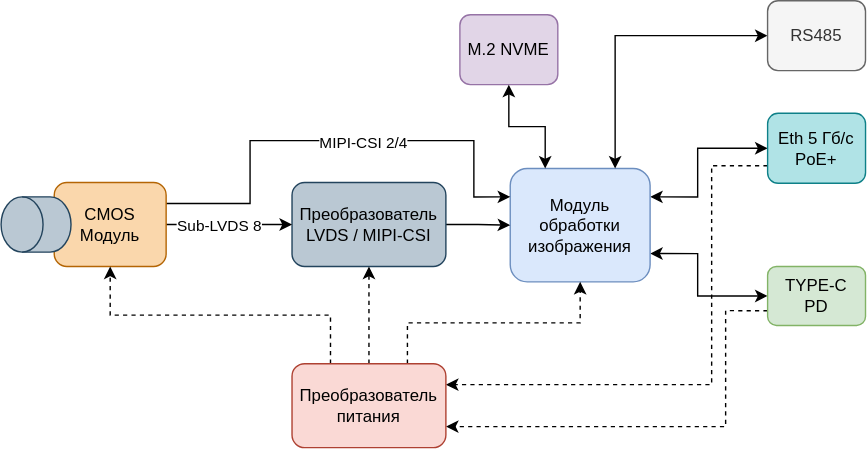
The draw.io diagram docs/hardware/start88_smart-camera_fbd.drawio.svg in sdyspb/reimagined-rk3588, before a commit. Source tidied: cells renumbered, new cells last; positions are measured from the earlier drawing's top-left corner, leaving out a move shared by most shapes.
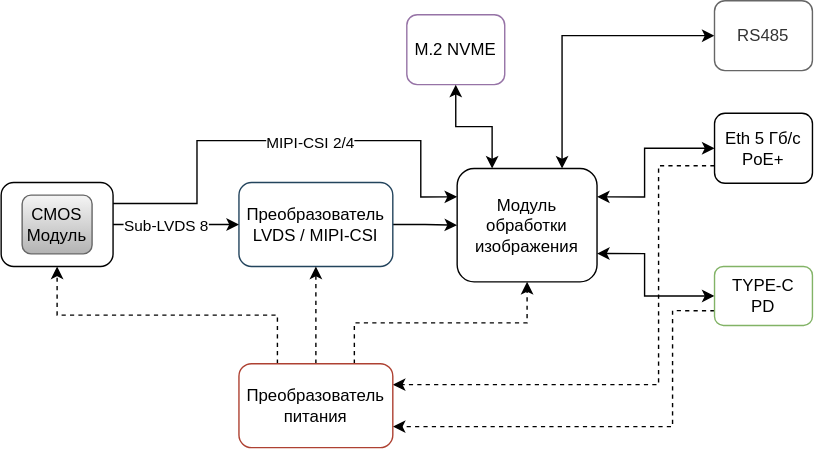
The same diagram one commit later.

Change to the diagram source:
```diff
@@ -2,14 +2,14 @@
   <root>
     <mxCell id="0" />
     <mxCell id="1" parent="0" />
-    <mxCell id="2" style="edgeStyle=orthogonalEdgeStyle;rounded=0;jettySize=auto;html=1;exitX=1;exitY=0.25;exitDx=0;exitDy=0;entryX=1;entryY=0.5;entryDx=0;entryDy=0;startArrow=classic;startFill=1;" parent="1" edge="1" source="4" target="6">
-      <mxGeometry relative="1" as="geometry">
-        <Array as="points">
-          <mxPoint x="498" y="140" />
-          <mxPoint x="498" y="106" />
-        </Array>
-      </mxGeometry>
-    </mxCell>
+    <mxCell id="24" style="edgeStyle=orthogonalEdgeStyle;rounded=0;jettySize=auto;html=1;exitX=1;exitY=0.25;exitDx=0;exitDy=0;entryX=1;entryY=0.5;entryDx=0;entryDy=0;startArrow=classic;startFill=1;" parent="1" edge="1" source="4" target="6">
+      <mxGeometry relative="1" as="geometry">
+        <Array as="points">
+          <mxPoint x="498" y="140" />
+          <mxPoint x="498" y="106" />
+        </Array>
+      </mxGeometry>
+    </mxCell>
     <mxCell id="3" style="edgeStyle=orthogonalEdgeStyle;rounded=0;jettySize=auto;html=1;exitX=1;exitY=0.75;exitDx=0;exitDy=0;entryX=0.5;entryY=1;entryDx=0;entryDy=0;startArrow=classic;startFill=1;" parent="1" edge="1" source="4" target="8">
       <mxGeometry relative="1" as="geometry">
         <Array as="points">
@@ -18,7 +18,7 @@
         </Array>
       </mxGeometry>
     </mxCell>
-    <mxCell id="4" value="Модуль обработки изображения" style="rounded=1;whiteSpace=wrap;html=1;fillColor=#dae8fc;strokeColor=#6c8ebf;" parent="1" vertex="1">
+    <mxCell id="4" value="Модуль обработки изображения" style="rounded=1;whiteSpace=wrap;html=1;fillColor=none;strokeColor=#000000;" parent="1" vertex="1">
       <mxGeometry x="364" y="120" width="100" height="81" as="geometry" />
     </mxCell>
     <mxCell id="5" style="edgeStyle=orthogonalEdgeStyle;rounded=0;jettySize=auto;html=1;exitX=1;exitY=0.25;exitDx=0;exitDy=0;entryX=0.25;entryY=0;entryDx=0;entryDy=0;dashed=1;" parent="1" edge="1" source="6" target="20">
@@ -29,7 +29,7 @@
         </Array>
       </mxGeometry>
     </mxCell>
-    <mxCell id="6" value="&lt;div&gt;Eth 5 Гб/с&lt;/div&gt;&lt;div&gt;PoE+&lt;/div&gt;" style="rounded=1;whiteSpace=wrap;html=1;fontSize=12;verticalAlign=middle;fillColor=#b0e3e6;strokeColor=#0e8088;direction=west;horizontal=1;" parent="1" vertex="1">
+    <mxCell id="6" value="&lt;div&gt;Eth 5 Гб/с&lt;/div&gt;&lt;div&gt;PoE+&lt;/div&gt;" style="rounded=1;whiteSpace=wrap;html=1;fontSize=12;verticalAlign=middle;fillColor=none;strokeColor=#000000;direction=west;horizontal=1;" parent="1" vertex="1">
       <mxGeometry x="548" y="80.5" width="70" height="50" as="geometry" />
     </mxCell>
     <mxCell id="7" style="edgeStyle=orthogonalEdgeStyle;rounded=0;jettySize=auto;html=1;exitX=0.75;exitY=1;exitDx=0;exitDy=0;entryX=0.75;entryY=0;entryDx=0;entryDy=0;dashed=1;" parent="1" edge="1" source="8" target="20">
@@ -40,65 +40,65 @@
         </Array>
       </mxGeometry>
     </mxCell>
-    <mxCell id="8" value="&lt;font&gt;TYPE-C&lt;/font&gt;&lt;div&gt;&lt;font&gt;PD&lt;/font&gt;&lt;/div&gt;" style="rounded=1;whiteSpace=wrap;html=1;fontSize=12;fillColor=#d5e8d4;strokeColor=#82b366;verticalAlign=middle;direction=south;horizontal=1;" parent="1" vertex="1">
+    <mxCell id="8" value="&lt;font&gt;TYPE-C&lt;/font&gt;&lt;div&gt;&lt;font&gt;PD&lt;/font&gt;&lt;/div&gt;" style="rounded=1;whiteSpace=wrap;html=1;fontSize=12;fillColor=none;strokeColor=#82b366;verticalAlign=middle;direction=south;horizontal=1;" parent="1" vertex="1">
       <mxGeometry x="548" y="190" width="70" height="42.2" as="geometry" />
     </mxCell>
     <mxCell id="9" style="edgeStyle=orthogonalEdgeStyle;rounded=0;jettySize=auto;html=1;exitX=0.5;exitY=0;exitDx=0;exitDy=0;entryX=0;entryY=0.5;entryDx=0;entryDy=0;" parent="1" edge="1" source="10" target="4">
       <mxGeometry relative="1" as="geometry" />
     </mxCell>
-    <mxCell id="10" value="&lt;span style=&quot;&quot;&gt;Преобразователь&lt;/span&gt;&lt;div&gt;&lt;span style=&quot;&quot;&gt;LVDS / MIPI-CSI&lt;/span&gt;&lt;/div&gt;" style="rounded=1;whiteSpace=wrap;html=1;fillColor=#bac8d3;rotation=0;direction=south;strokeColor=#23445d;" parent="1" vertex="1">
+    <mxCell id="10" value="&lt;span style=&quot;&quot;&gt;Преобразователь&lt;/span&gt;&lt;div&gt;&lt;span style=&quot;&quot;&gt;LVDS / MIPI-CSI&lt;/span&gt;&lt;/div&gt;" style="rounded=1;whiteSpace=wrap;html=1;fillColor=none;rotation=0;direction=south;strokeColor=#23445d;" parent="1" vertex="1">
       <mxGeometry x="208" y="130" width="110" height="60" as="geometry" />
     </mxCell>
-    <mxCell id="11" style="edgeStyle=orthogonalEdgeStyle;rounded=0;jettySize=auto;html=1;exitX=0.5;exitY=0;exitDx=0;exitDy=0;entryX=0.5;entryY=1;entryDx=0;entryDy=0;" parent="1" edge="1" source="15" target="10">
-      <mxGeometry relative="1" as="geometry" />
-    </mxCell>
+    <mxCell id="25" style="edgeStyle=orthogonalEdgeStyle;rounded=0;jettySize=auto;html=1;exitX=0.5;exitY=0;exitDx=0;exitDy=0;entryX=0.5;entryY=1;entryDx=0;entryDy=0;" parent="1" edge="1" source="27" target="10">
+      <mxGeometry relative="1" as="geometry" />
+    </mxCell>
-    <mxCell id="12" value="Sub-LVDS 8" style="edgeLabel;html=1;align=center;verticalAlign=middle;" parent="11" vertex="1">
+    <mxCell id="12" value="Sub-LVDS 8" style="edgeLabel;html=1;align=center;verticalAlign=middle;" parent="25" vertex="1">
       <mxGeometry x="-0.17" relative="1" as="geometry" />
     </mxCell>
-    <mxCell id="13" style="edgeStyle=orthogonalEdgeStyle;rounded=0;jettySize=auto;html=1;entryX=0;entryY=0.25;entryDx=0;entryDy=0;exitX=0.25;exitY=0;exitDx=0;exitDy=0;" parent="1" edge="1" source="15" target="4">
-      <mxGeometry relative="1" as="geometry">
-        <Array as="points">
-          <mxPoint x="178" y="145" />
-          <mxPoint x="178" y="100" />
-          <mxPoint x="338" y="100" />
-          <mxPoint x="338" y="140" />
-        </Array>
-      </mxGeometry>
-    </mxCell>
+    <mxCell id="26" style="edgeStyle=orthogonalEdgeStyle;rounded=0;jettySize=auto;html=1;entryX=0;entryY=0.25;entryDx=0;entryDy=0;exitX=0.25;exitY=0;exitDx=0;exitDy=0;" parent="1" edge="1" source="27" target="4">
+      <mxGeometry relative="1" as="geometry">
+        <Array as="points">
+          <mxPoint x="178" y="145" />
+          <mxPoint x="178" y="100" />
+          <mxPoint x="338" y="100" />
+          <mxPoint x="338" y="140" />
+        </Array>
+      </mxGeometry>
+    </mxCell>
-    <mxCell id="14" value="MIPI-CSI 2/4" style="edgeLabel;html=1;align=center;verticalAlign=middle;" parent="13" vertex="1">
+    <mxCell id="14" value="MIPI-CSI 2/4" style="edgeLabel;html=1;align=center;verticalAlign=middle;" parent="26" vertex="1">
       <mxGeometry x="0.03" y="-1" relative="1" as="geometry">
         <mxPoint x="14" as="offset" />
       </mxGeometry>
     </mxCell>
-    <mxCell id="15" value="CMOS&lt;div&gt;Модуль&lt;/div&gt;" style="rounded=1;whiteSpace=wrap;html=1;fillColor=#fad7ac;rotation=0;direction=south;strokeColor=#b46504;" parent="1" vertex="1">
-      <mxGeometry x="38" y="130" width="80" height="60" as="geometry" />
-    </mxCell>
-    <mxCell id="16" style="shape=cylinder3;whiteSpace=wrap;html=1;boundedLbl=1;backgroundOutline=1;size=15;direction=south;flipH=1;legacyAnchorPoints=0;fillColor=#bac8d3;strokeColor=#23445d;" parent="1" vertex="1">
-      <mxGeometry y="140.2" width="50" height="39.5" as="geometry" />
-    </mxCell>
+    <mxCell id="27" style="rounded=1;whiteSpace=wrap;html=1;fillColor=none;rotation=0;direction=south;strokeColor=#000000;" parent="1" vertex="1">
+      <mxGeometry x="38" y="130" width="80" height="60" as="geometry" />
+    </mxCell>
     <mxCell id="17" style="edgeStyle=orthogonalEdgeStyle;rounded=0;jettySize=auto;html=1;exitX=0;exitY=0.25;exitDx=0;exitDy=0;entryX=0.5;entryY=1;entryDx=0;entryDy=0;dashed=1;" parent="1" edge="1" source="20" target="4">
       <mxGeometry relative="1" as="geometry" />
     </mxCell>
     <mxCell id="18" style="edgeStyle=orthogonalEdgeStyle;rounded=0;jettySize=auto;html=1;entryX=1;entryY=0.5;entryDx=0;entryDy=0;dashed=1;" parent="1" edge="1" source="20" target="10">
       <mxGeometry relative="1" as="geometry" />
     </mxCell>
-    <mxCell id="19" style="edgeStyle=orthogonalEdgeStyle;rounded=0;jettySize=auto;html=1;exitX=0;exitY=0.75;exitDx=0;exitDy=0;entryX=1;entryY=0.5;entryDx=0;entryDy=0;dashed=1;" parent="1" edge="1" source="20" target="15">
-      <mxGeometry relative="1" as="geometry" />
-    </mxCell>
+    <mxCell id="28" style="edgeStyle=orthogonalEdgeStyle;rounded=0;jettySize=auto;html=1;exitX=0;exitY=0.75;exitDx=0;exitDy=0;entryX=1;entryY=0.5;entryDx=0;entryDy=0;dashed=1;" parent="1" edge="1" source="20" target="27">
+      <mxGeometry relative="1" as="geometry" />
+    </mxCell>
-    <mxCell id="20" value="&lt;span style=&quot;&quot;&gt;Преобразователь&lt;/span&gt;&lt;div&gt;&lt;span style=&quot;&quot;&gt;питания&lt;/span&gt;&lt;/div&gt;" style="rounded=1;whiteSpace=wrap;html=1;fillColor=#fad9d5;rotation=0;direction=south;strokeColor=#ae4132;" parent="1" vertex="1">
+    <mxCell id="20" value="&lt;span style=&quot;&quot;&gt;Преобразователь&lt;/span&gt;&lt;div&gt;&lt;span style=&quot;&quot;&gt;питания&lt;/span&gt;&lt;/div&gt;" style="rounded=1;whiteSpace=wrap;html=1;fillColor=none;rotation=0;direction=south;strokeColor=#ae4132;" parent="1" vertex="1">
       <mxGeometry x="208" y="259.5" width="110" height="60" as="geometry" />
     </mxCell>
-    <mxCell id="21" value="M.2 NVME" style="rounded=1;whiteSpace=wrap;html=1;fontSize=12;verticalAlign=middle;fillColor=#e1d5e7;strokeColor=#9673a6;direction=west;horizontal=1;" parent="1" vertex="1">
+    <mxCell id="21" value="M.2 NVME" style="rounded=1;whiteSpace=wrap;html=1;fontSize=12;verticalAlign=middle;fillColor=none;strokeColor=#9673a6;direction=west;horizontal=1;" parent="1" vertex="1">
       <mxGeometry x="328" y="10" width="70" height="50" as="geometry" />
     </mxCell>
     <mxCell id="22" style="edgeStyle=orthogonalEdgeStyle;rounded=0;jettySize=auto;html=1;entryX=0.25;entryY=0;entryDx=0;entryDy=0;startArrow=classic;startFill=1;exitX=0.5;exitY=0;exitDx=0;exitDy=0;" parent="1" edge="1" source="21" target="4">
       <mxGeometry relative="1" as="geometry" />
     </mxCell>
-    <mxCell id="23" style="edgeStyle=orthogonalEdgeStyle;rounded=0;jettySize=auto;html=1;exitX=1;exitY=0.5;exitDx=0;exitDy=0;entryX=0.75;entryY=0;entryDx=0;entryDy=0;startArrow=classic;startFill=1;" parent="1" edge="1" source="24" target="4">
-      <mxGeometry relative="1" as="geometry" />
-    </mxCell>
-    <mxCell id="24" value="RS485" style="rounded=1;whiteSpace=wrap;html=1;fontSize=12;verticalAlign=middle;fillColor=#f5f5f5;fontColor=#333333;strokeColor=#666666;direction=west;horizontal=1;" parent="1" vertex="1">
-      <mxGeometry x="548" width="70" height="50" as="geometry" />
-    </mxCell>
+    <mxCell id="29" style="edgeStyle=orthogonalEdgeStyle;rounded=0;jettySize=auto;html=1;exitX=1;exitY=0.5;exitDx=0;exitDy=0;entryX=0.75;entryY=0;entryDx=0;entryDy=0;startArrow=classic;startFill=1;" parent="1" edge="1" source="30" target="4">
+      <mxGeometry relative="1" as="geometry" />
+    </mxCell>
+    <mxCell id="30" value="RS485" style="rounded=1;whiteSpace=wrap;html=1;fontSize=12;verticalAlign=middle;fillColor=none;fontColor=#333333;strokeColor=#666666;direction=west;horizontal=1;" parent="1" vertex="1">
+      <mxGeometry x="548" width="70" height="50" as="geometry" />
+    </mxCell>
+    <mxCell id="15" value="CMOS&lt;div&gt;Модуль&lt;/div&gt;" style="rounded=1;whiteSpace=wrap;html=1;fillColor=#f5f5f5;strokeColor=#666666;gradientColor=#b3b3b3;" parent="1" vertex="1">
+      <mxGeometry x="53" y="139" width="50" height="42" as="geometry" />
+    </mxCell>
   </root>
 </mxGraphModel>
```
